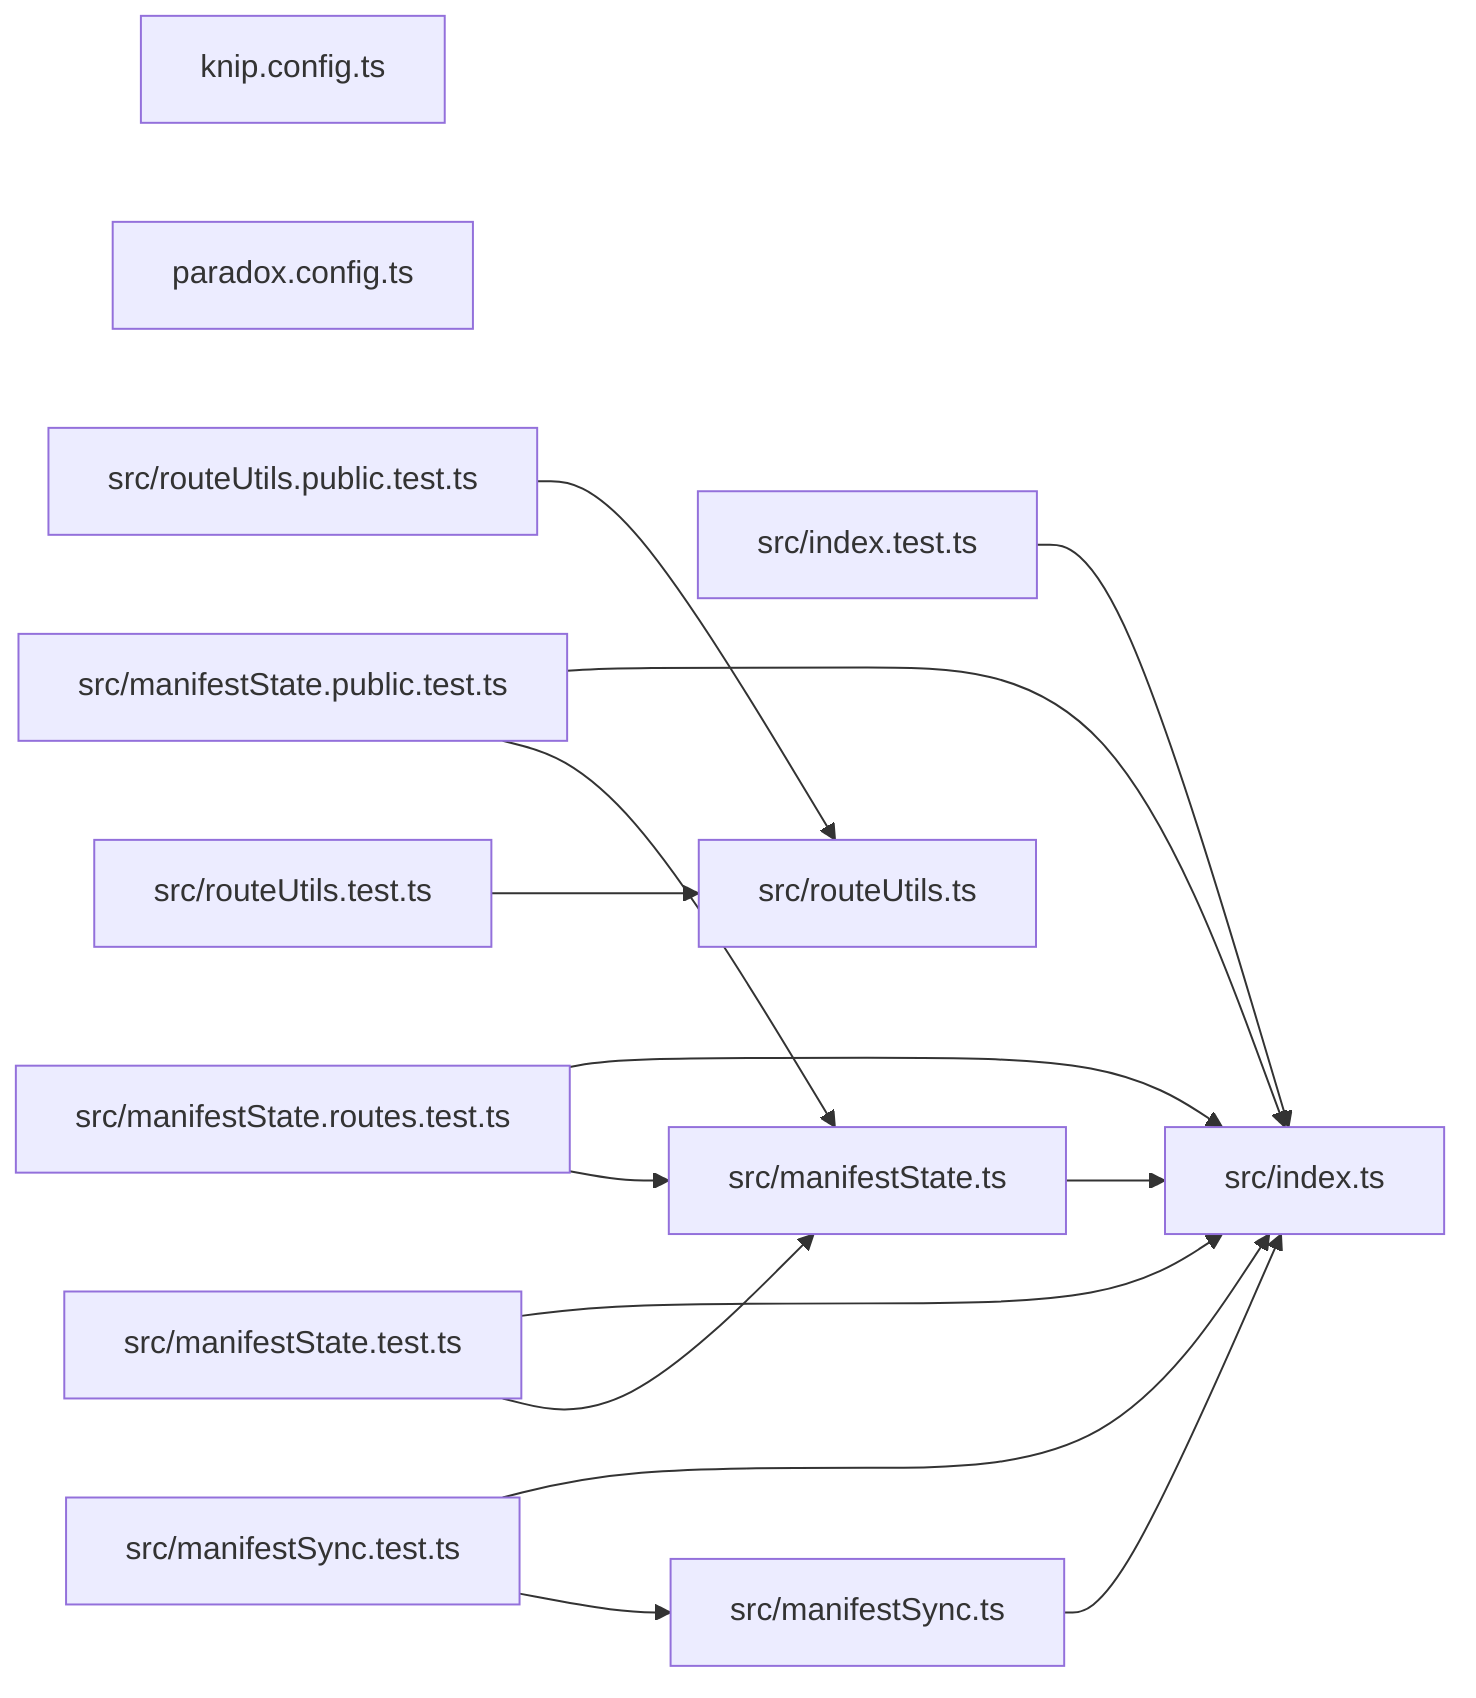
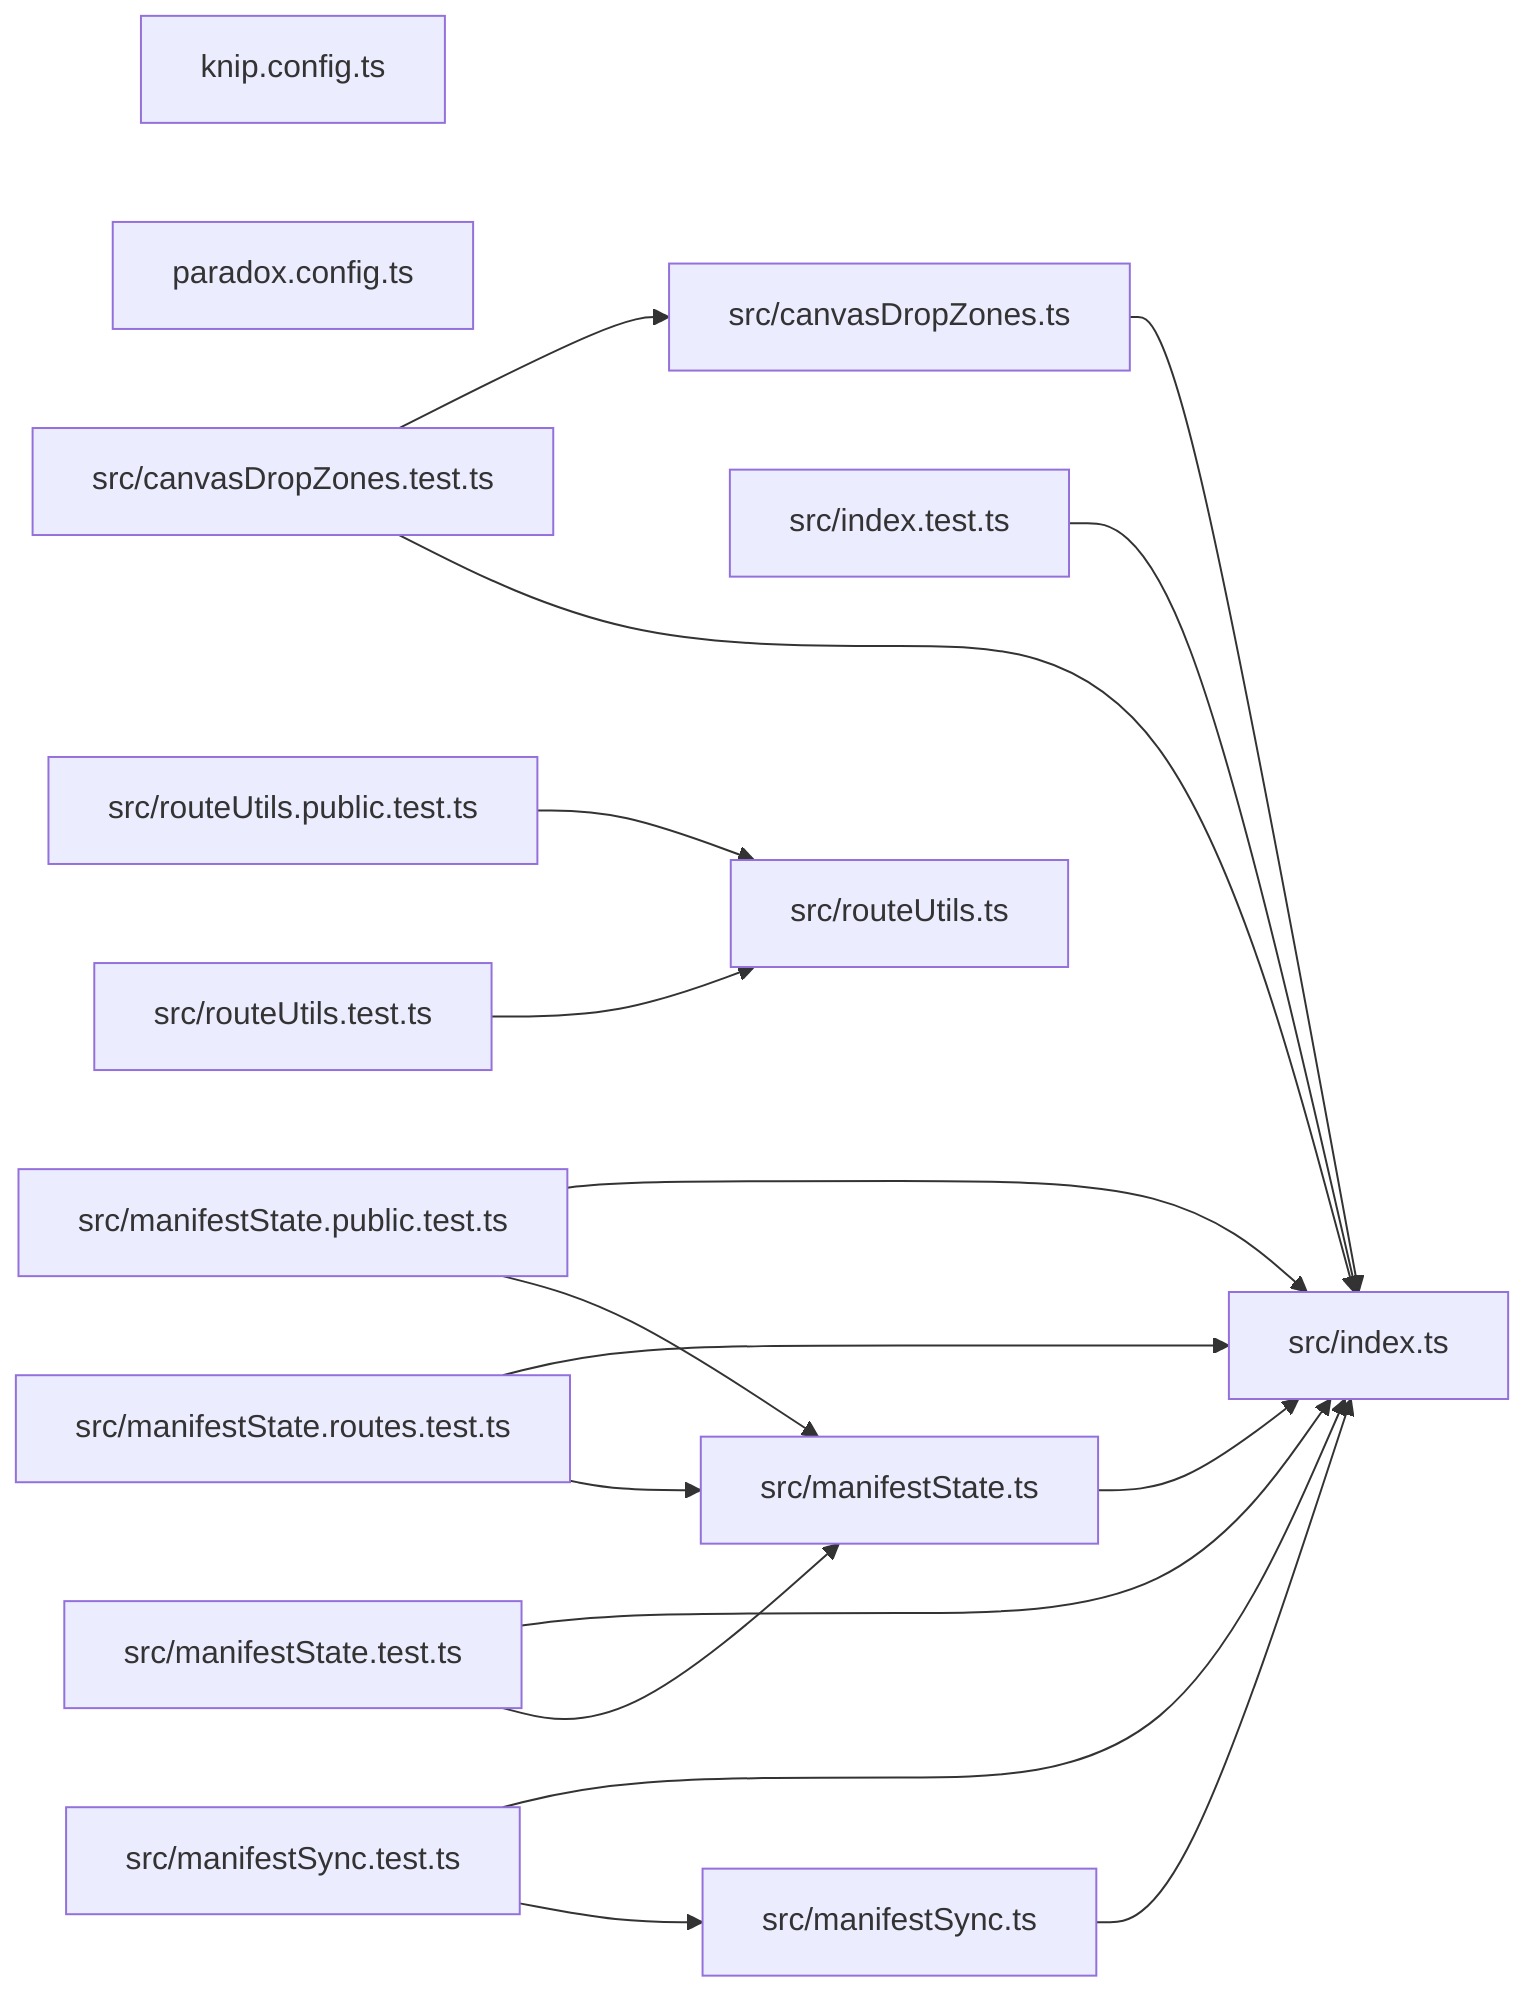
graph LR
  module_knip_config_ts["knip.config.ts"]
  module_paradox_config_ts["paradox.config.ts"]
+   module_src_canvasDropZones_test_ts["src/canvasDropZones.test.ts"]
+   module_src_canvasDropZones_ts["src/canvasDropZones.ts"]
  module_src_index_test_ts["src/index.test.ts"]
  module_src_index_ts["src/index.ts"]
  module_src_manifestState_public_test_ts["src/manifestState.public.test.ts"]
  module_src_manifestState_routes_test_ts["src/manifestState.routes.test.ts"]
  module_src_manifestState_test_ts["src/manifestState.test.ts"]
  module_src_manifestState_ts["src/manifestState.ts"]
  module_src_manifestSync_test_ts["src/manifestSync.test.ts"]
  module_src_manifestSync_ts["src/manifestSync.ts"]
  module_src_routeUtils_public_test_ts["src/routeUtils.public.test.ts"]
  module_src_routeUtils_test_ts["src/routeUtils.test.ts"]
  module_src_routeUtils_ts["src/routeUtils.ts"]
+   module_src_canvasDropZones_test_ts --> module_src_canvasDropZones_ts
+   module_src_canvasDropZones_test_ts --> module_src_index_ts
+   module_src_canvasDropZones_ts --> module_src_index_ts
  module_src_index_test_ts --> module_src_index_ts
  module_src_manifestState_public_test_ts --> module_src_index_ts
  module_src_manifestState_public_test_ts --> module_src_manifestState_ts
  module_src_manifestState_routes_test_ts --> module_src_index_ts
  module_src_manifestState_routes_test_ts --> module_src_manifestState_ts
  module_src_manifestState_test_ts --> module_src_index_ts
  module_src_manifestState_test_ts --> module_src_manifestState_ts
  module_src_manifestState_ts --> module_src_index_ts
  module_src_manifestSync_test_ts --> module_src_index_ts
  module_src_manifestSync_test_ts --> module_src_manifestSync_ts
  module_src_manifestSync_ts --> module_src_index_ts
  module_src_routeUtils_public_test_ts --> module_src_routeUtils_ts
  module_src_routeUtils_test_ts --> module_src_routeUtils_ts
